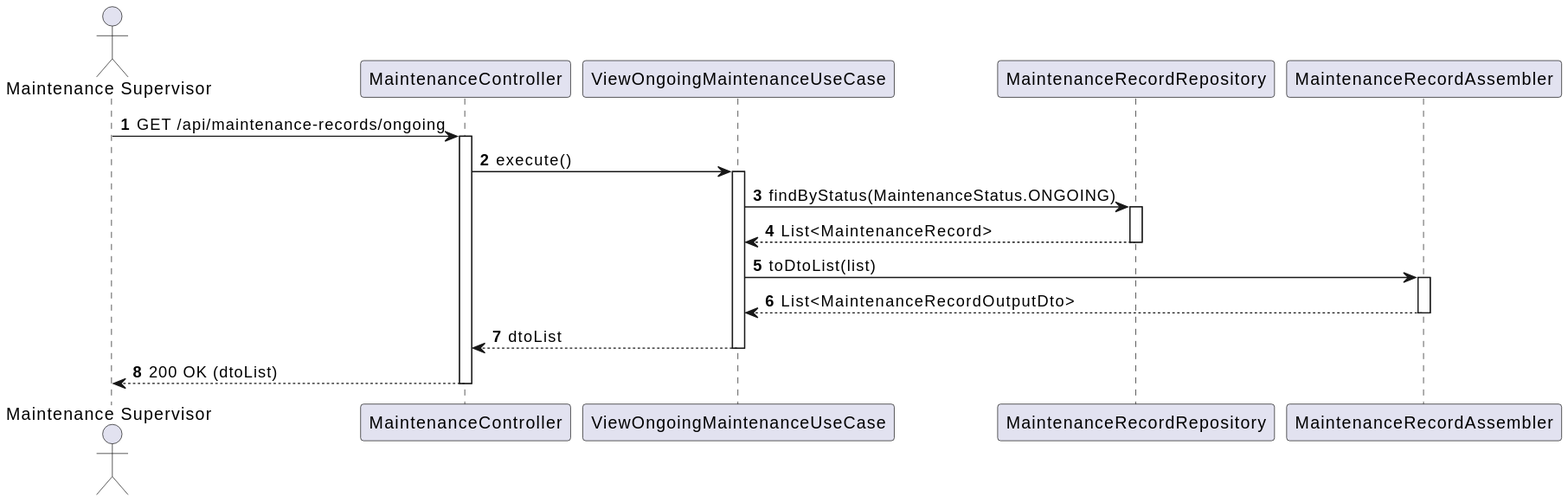
Above: docs/sytem-documentation/US219/svg/US219-SD.svg in caetanotiago/PSOFT (PlantUML), before the change.
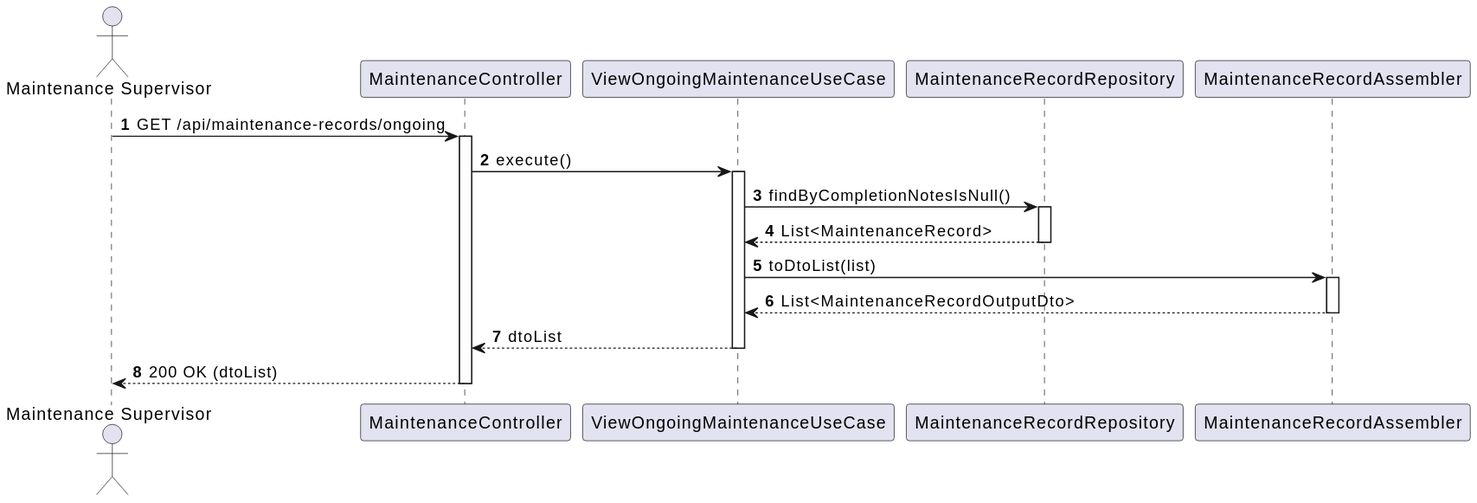
After the change.

Diff of the diagram source:
```diff
@@ -12,7 +12,7 @@
 Ctrl -> UseCase : execute()
 activate UseCase
 
-UseCase -> Repo : findByStatus(MaintenanceStatus.ONGOING)
+UseCase -> Repo : findByCompletionNotesIsNull()
 activate Repo
 Repo --> UseCase : List<MaintenanceRecord>
 deactivate Repo
```
